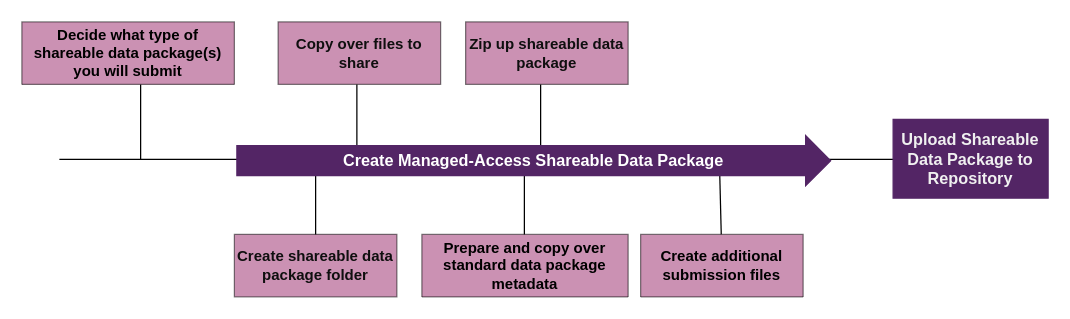
Earlier version of the draw.io diagram docs/assets/prepare-sub-managed.drawio (norc-heal/heal-data-pkg-guide). Source tidied: cells renumbered, new cells numbered last; positions are measured from the earlier drawing's top-left corner, leaving out a move shared by most shapes. Both pictures are drawn from the tidied source at 125%, with x=0, y=0 at pixel (21, 21).
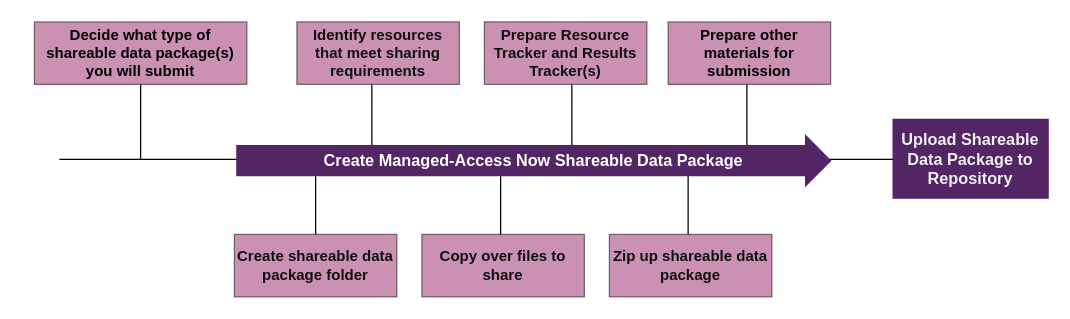
Above is the later version.

Diff of the diagram source:
```diff
@@
+    <mxCell id="10" style="endArrow=none;html=1;fontColor=#0F0F0F;rounded=0;" parent="1" edge="1">
+      <mxGeometry relative="1" as="geometry">
+        <mxPoint x="95" y="50" as="sourcePoint" />
+        <mxPoint x="95" y="110" as="targetPoint" />
+      </mxGeometry>
+    </mxCell>
     <mxCell id="4" value="Copy over files to share" style="rounded=0;whiteSpace=wrap;html=1;fillColor=#982568;fontColor=#0F0F0F;fontStyle=1;opacity=50;" parent="1" vertex="1">
-      <mxGeometry x="205" width="130" height="50" as="geometry" />
+      <mxGeometry x="320" y="170" width="130" height="50" as="geometry" />
     </mxCell>
-    <mxCell id="5" style="endArrow=none;html=1;fontColor=#0F0F0F;rounded=0;" parent="1" edge="1">
-      <mxGeometry relative="1" as="geometry">
-        <mxPoint x="268" y="110" as="sourcePoint" />
-        <mxPoint x="268" y="50" as="targetPoint" />
-      </mxGeometry>
-    </mxCell>
-    <mxCell id="6" style="endArrow=none;html=1;fontColor=#0F0F0F;rounded=0;" parent="1" edge="1">
-      <mxGeometry relative="1" as="geometry">
-        <mxPoint x="415" y="110" as="sourcePoint" />
-        <mxPoint x="415" y="50" as="targetPoint" />
-      </mxGeometry>
-    </mxCell>
-    <mxCell id="7" style="endArrow=none;html=1;fontColor=#0F0F0F;rounded=0;" parent="1" edge="1">
-      <mxGeometry relative="1" as="geometry">
-        <mxPoint x="402" y="170" as="sourcePoint" />
-        <mxPoint x="402" y="110" as="targetPoint" />
-      </mxGeometry>
-    </mxCell>
-    <mxCell id="8" style="endArrow=none;html=1;fontColor=#0F0F0F;rounded=0;" parent="1" edge="1">
-      <mxGeometry relative="1" as="geometry">
-        <mxPoint x="235" y="110" as="sourcePoint" />
-        <mxPoint x="235" y="170" as="targetPoint" />
-      </mxGeometry>
-    </mxCell>
-    <mxCell id="9" style="endArrow=none;html=1;fontColor=#0F0F0F;rounded=0;" parent="1" edge="1">
-      <mxGeometry relative="1" as="geometry">
-        <mxPoint x="558" y="110" as="sourcePoint" />
-        <mxPoint x="559.5" y="170" as="targetPoint" />
-      </mxGeometry>
-    </mxCell>
-    <mxCell id="10" style="endArrow=none;html=1;fontColor=#0F0F0F;rounded=0;" parent="1" edge="1">
-      <mxGeometry relative="1" as="geometry">
-        <mxPoint x="95" y="50" as="sourcePoint" />
-        <mxPoint x="95" y="110" as="targetPoint" />
-      </mxGeometry>
-    </mxCell>
-    <mxCell id="11" value="&lt;b&gt;Create additional submission files&lt;/b&gt;" style="swimlane;fontStyle=0;horizontal=1;startSize=50;whiteSpace=wrap;html=1;rounded=0;shadow=0;glass=0;fillColor=#982568;gradientColor=none;gradientDirection=radial;opacity=50;swimlaneLine=1;" parent="1" vertex="1" collapsed="1">
-      <mxGeometry x="495" y="170" width="130" height="50" as="geometry" />
-    </mxCell>
-    <mxCell id="12" value="&lt;b&gt;Prepare and copy over standard data package metadata&lt;/b&gt;" style="swimlane;fontStyle=0;horizontal=1;startSize=50;whiteSpace=wrap;html=1;rounded=0;shadow=0;glass=0;fillColor=#982568;gradientColor=none;gradientDirection=radial;opacity=50;" parent="1" vertex="1" collapsed="1">
-      <mxGeometry x="320" y="170" width="165" height="50" as="geometry" />
-    </mxCell>
+    <mxCell id="17" style="endArrow=none;html=1;fontColor=#0F0F0F;rounded=0;" parent="1" edge="1">
+      <mxGeometry relative="1" as="geometry">
+        <mxPoint x="280" y="110" as="sourcePoint" />
+        <mxPoint x="280" y="50" as="targetPoint" />
+      </mxGeometry>
+    </mxCell>
+    <mxCell id="18" style="endArrow=none;html=1;fontColor=#0F0F0F;rounded=0;" parent="1" edge="1">
+      <mxGeometry relative="1" as="geometry">
+        <mxPoint x="440" y="110" as="sourcePoint" />
+        <mxPoint x="440" y="50" as="targetPoint" />
+      </mxGeometry>
+    </mxCell>
+    <mxCell id="19" style="endArrow=none;html=1;fontColor=#0F0F0F;rounded=0;" parent="1" edge="1">
+      <mxGeometry relative="1" as="geometry">
+        <mxPoint x="383" y="170" as="sourcePoint" />
+        <mxPoint x="383" y="110" as="targetPoint" />
+      </mxGeometry>
+    </mxCell>
+    <mxCell id="20" style="endArrow=none;html=1;fontColor=#0F0F0F;rounded=0;" parent="1" edge="1">
+      <mxGeometry relative="1" as="geometry">
+        <mxPoint x="235" y="110" as="sourcePoint" />
+        <mxPoint x="235" y="170" as="targetPoint" />
+      </mxGeometry>
+    </mxCell>
+    <mxCell id="14" value="Zip up shareable data package" style="rounded=0;whiteSpace=wrap;html=1;fillColor=#982568;fontColor=#0F0F0F;fontStyle=1;opacity=50;" parent="1" vertex="1">
+      <mxGeometry x="470" y="170" width="130" height="50" as="geometry" />
+    </mxCell>
+    <mxCell id="21" value="Identify resources that meet sharing requirements" style="rounded=0;whiteSpace=wrap;html=1;fillColor=#982568;fontColor=#0F0F0F;fontStyle=1;opacity=50;" parent="1" vertex="1">
+      <mxGeometry x="220" width="130" height="50" as="geometry" />
+    </mxCell>
+    <mxCell id="22" value="Prepare Resource Tracker and Results Tracker(s)" style="rounded=0;whiteSpace=wrap;html=1;fillColor=#982568;fontColor=#0F0F0F;fontStyle=1;opacity=50;" parent="1" vertex="1">
+      <mxGeometry x="370" width="130" height="50" as="geometry" />
+    </mxCell>
+    <mxCell id="23" style="endArrow=none;html=1;fontColor=#0F0F0F;rounded=0;" parent="1" edge="1">
+      <mxGeometry relative="1" as="geometry">
+        <mxPoint x="533" y="170" as="sourcePoint" />
+        <mxPoint x="533" y="110" as="targetPoint" />
+      </mxGeometry>
+    </mxCell>
+    <mxCell id="24" style="endArrow=none;html=1;fontColor=#0F0F0F;rounded=0;" parent="1" edge="1">
+      <mxGeometry relative="1" as="geometry">
+        <mxPoint x="580" y="110" as="sourcePoint" />
+        <mxPoint x="580" y="50" as="targetPoint" />
+      </mxGeometry>
+    </mxCell>
@@
-    <mxCell id="14" value="Zip up shareable data package" style="rounded=0;whiteSpace=wrap;html=1;fillColor=#982568;fontColor=#0F0F0F;fontStyle=1;opacity=50;" parent="1" vertex="1">
-      <mxGeometry x="355" width="130" height="50" as="geometry" />
-    </mxCell>
+    <mxCell id="16" value="&lt;font color=&quot;#ffffff&quot; style=&quot;font-size: 13px;&quot;&gt;&lt;b style=&quot;font-size: 13px;&quot;&gt;Create Managed-Access Now Shareable Data Package&lt;/b&gt;&lt;/font&gt;" style="shape=singleArrow;whiteSpace=wrap;html=1;arrowWidth=0.6;arrowSize=0.042105263157894736;fillColor=#532565;strokeColor=#532565;fontSize=13;labelBorderColor=none;" parent="1" vertex="1">
+      <mxGeometry x="172" y="91" width="475" height="40" as="geometry" />
+    </mxCell>
     <mxCell id="15" value="&lt;b&gt;Decide what type of shareable data package(s) you will submit&lt;/b&gt;" style="swimlane;fontStyle=0;horizontal=1;startSize=50;whiteSpace=wrap;html=1;rounded=0;shadow=0;glass=0;fillColor=#982568;gradientColor=none;gradientDirection=radial;opacity=50;" parent="1" vertex="1" collapsed="1">
-      <mxGeometry width="170" height="50" as="geometry" />
+      <mxGeometry x="10" width="170" height="50" as="geometry" />
     </mxCell>
-    <mxCell id="16" value="&lt;font color=&quot;#ffffff&quot; style=&quot;font-size: 13px;&quot;&gt;&lt;b style=&quot;font-size: 13px;&quot;&gt;Create Managed-Access Shareable Data Package&lt;/b&gt;&lt;/font&gt;" style="shape=singleArrow;whiteSpace=wrap;html=1;arrowWidth=0.6;arrowSize=0.042105263157894736;fillColor=#532565;strokeColor=#532565;fontSize=13;labelBorderColor=none;" parent="1" vertex="1">
-      <mxGeometry x="172" y="91" width="475" height="40" as="geometry" />
-    </mxCell>
+    <mxCell id="25" value="&lt;b&gt;Prepare other materials for submission&lt;/b&gt;" style="swimlane;fontStyle=0;horizontal=1;startSize=50;whiteSpace=wrap;html=1;rounded=0;shadow=0;glass=0;fillColor=#982568;gradientColor=none;gradientDirection=radial;opacity=50;swimlaneLine=1;" parent="1" vertex="1" collapsed="1">
+      <mxGeometry x="517" width="130" height="50" as="geometry" />
+    </mxCell>
```
